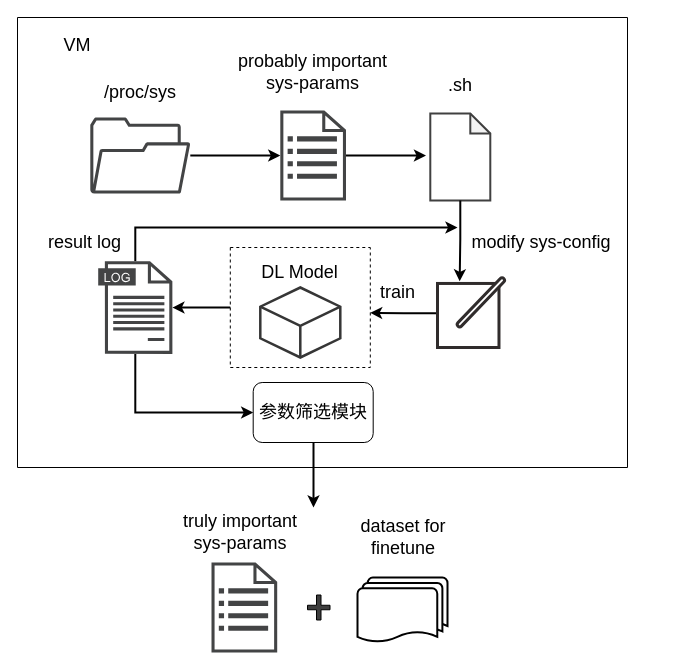
Above: page "第 3 页" (3 of 7) of Agent-1.drawio in Dong-J93/_pictures (draw.io), before the change. Source tidied: cells renumbered, new cells numbered last; positions are measured from the earlier drawing's top-left corner, leaving out a move shared by most shapes. Both pictures are drawn from the tidied source at 100%, with x=0, y=0 at pixel (17, 17).
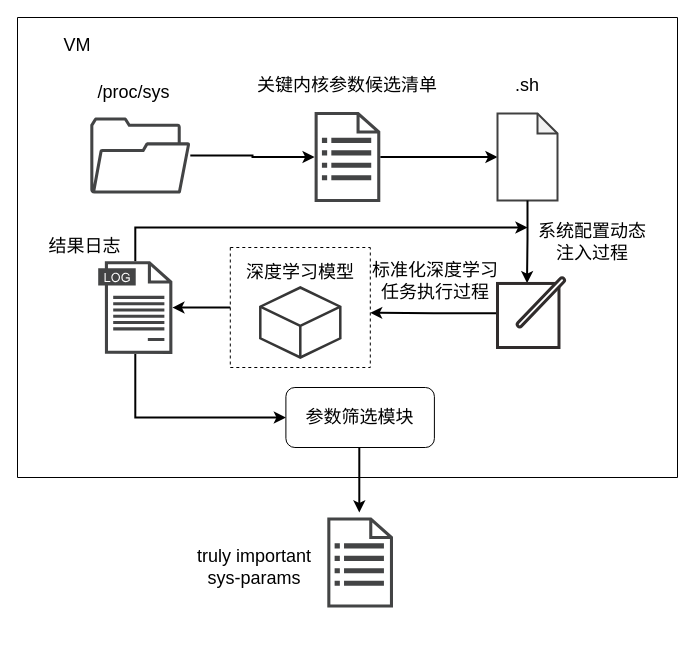
After the change.

Unchanged cells that the change refers to:
```xml
<mxCell id="4" style="swimlane;startSize=0;dashed=1;" parent="2" vertex="1">
  <mxGeometry x="212.8" y="230" width="140" height="120" as="geometry" />
</mxCell>
<mxCell id="10" style="sketch=0;shadow=0;dashed=0;html=1;strokeColor=none;fillColor=#434445;labelPosition=center;verticalLabelPosition=bottom;verticalAlign=top;align=center;outlineConnect=0;shape=mxgraph.vvd.log_files;" parent="2" vertex="1">
  <mxGeometry x="80.7" y="243.7" width="74.2" height="92.7" as="geometry" />
</mxCell>
```

Diff of the diagram source:
```diff
@@
     <mxCell id="2" style="swimlane;startSize=0;" parent="1" vertex="1">
-      <mxGeometry width="610" height="450" as="geometry" />
+      <mxGeometry width="660" height="460" as="geometry" />
     </mxCell>
@@
-    <mxCell id="5" value="&lt;font style=&quot;font-size: 18px;&quot;&gt;DL Model&lt;/font&gt;" style="text;html=1;align=center;verticalAlign=middle;whiteSpace=wrap;rounded=0;" parent="4" vertex="1">
-      <mxGeometry x="22.5" y="10" width="95" height="30" as="geometry" />
+    <mxCell id="5" value="&lt;font style=&quot;font-size: 18px;&quot;&gt;深度学习模型&lt;/font&gt;" style="text;html=1;align=center;verticalAlign=middle;whiteSpace=wrap;rounded=0;" parent="4" vertex="1">
+      <mxGeometry x="11.2" y="10" width="117.5" height="30" as="geometry" />
     </mxCell>
@@
-    <mxCell id="8" value="&lt;span style=&quot;font-size: 18px;&quot;&gt;modify sys-config&lt;/span&gt;" style="text;html=1;align=center;verticalAlign=middle;whiteSpace=wrap;rounded=0;" parent="2" vertex="1">
-      <mxGeometry x="440" y="200" width="167.8" height="50" as="geometry" />
+    <mxCell id="8" value="&lt;font style=&quot;font-size: 18px;&quot;&gt;系统配置动态注入过程&lt;/font&gt;" style="text;html=1;align=center;verticalAlign=middle;whiteSpace=wrap;rounded=0;" parent="2" vertex="1">
+      <mxGeometry x="520" y="200" width="110" height="50" as="geometry" />
     </mxCell>
     <mxCell id="9" style="edgeStyle=orthogonalEdgeStyle;rounded=0;jettySize=auto;html=1;strokeWidth=2;" parent="2" edge="1" source="10">
       <mxGeometry relative="1" as="geometry">
-        <mxPoint x="440" y="210" as="targetPoint" />
+        <mxPoint x="510" y="210" as="targetPoint" />
         <Array as="points">
           <mxPoint x="118" y="210" />
         </Array>
       </mxGeometry>
     </mxCell>
@@
-    <mxCell id="11" value="&lt;font style=&quot;font-size: 18px;&quot;&gt;result log&lt;/font&gt;" style="text;html=1;align=center;verticalAlign=middle;whiteSpace=wrap;rounded=0;" parent="2" vertex="1">
-      <mxGeometry x="20" y="210" width="94.8" height="30" as="geometry" />
+    <mxCell id="11" value="&lt;font style=&quot;font-size: 18px;&quot; face=&quot;Helvetica&quot;&gt;结果&lt;/font&gt;&lt;font style=&quot;font-size: 18px;&quot; face=&quot;Helvetica&quot;&gt;日志&lt;/font&gt;" style="text;html=1;align=center;verticalAlign=middle;whiteSpace=wrap;rounded=0;" parent="2" vertex="1">
+      <mxGeometry x="20" y="213.7" width="94.8" height="30" as="geometry" />
     </mxCell>
-    <mxCell id="12" value="&lt;font style=&quot;font-size: 18px;&quot;&gt;train&lt;/font&gt;" style="text;html=1;align=center;verticalAlign=middle;whiteSpace=wrap;rounded=0;" parent="2" vertex="1">
-      <mxGeometry x="332.8" y="260" width="94.8" height="30" as="geometry" />
-    </mxCell>
@@
     <mxCell id="15" value="&lt;font style=&quot;font-size: 18px;&quot;&gt;/proc/sys&lt;/font&gt;" style="text;html=1;align=center;verticalAlign=middle;whiteSpace=wrap;rounded=0;" parent="2" vertex="1">
-      <mxGeometry x="62.8" y="60" width="120" height="30" as="geometry" />
+      <mxGeometry x="50" y="60" width="132.8" height="30" as="geometry" />
     </mxCell>
-    <mxCell id="16" style="edgeStyle=orthogonalEdgeStyle;rounded=0;jettySize=auto;html=1;strokeWidth=2;" parent="2" edge="1" source="17">
+    <mxCell id="16" style="edgeStyle=orthogonalEdgeStyle;rounded=0;jettySize=auto;html=1;strokeWidth=2;entryX=0;entryY=0.5;entryDx=0;entryDy=0;entryPerimeter=0;" parent="2" edge="1" source="17" target="19">
       <mxGeometry relative="1" as="geometry">
-        <mxPoint x="408.5" y="138" as="targetPoint" />
+        <Array as="points">
+          <mxPoint x="404" y="140" />
+        </Array>
       </mxGeometry>
     </mxCell>
     <mxCell id="17" style="sketch=0;shadow=0;dashed=0;html=1;strokeColor=none;fillColor=#434445;labelPosition=center;verticalLabelPosition=bottom;verticalAlign=top;align=center;outlineConnect=0;shape=mxgraph.vvd.recovery_plan;" parent="2" vertex="1">
-      <mxGeometry x="262.8" y="93" width="65.7" height="90" as="geometry" />
+      <mxGeometry x="297.1" y="94.5" width="65.7" height="90" as="geometry" />
     </mxCell>
-    <mxCell id="18" value="&lt;font style=&quot;font-size: 18px;&quot;&gt;probably important&lt;/font&gt;&lt;div&gt;&lt;font style=&quot;font-size: 18px;&quot;&gt;sys-params&lt;/font&gt;&lt;/div&gt;" style="text;html=1;align=center;verticalAlign=middle;whiteSpace=wrap;rounded=0;" parent="2" vertex="1">
-      <mxGeometry x="212.1" y="30" width="167.2" height="50" as="geometry" />
+    <mxCell id="18" value="&lt;p class=&quot;MsoCommentText&quot;&gt;&lt;font face=&quot;Helvetica&quot; style=&quot;font-size: 18px;&quot;&gt;关键内核参数候选清单&lt;/font&gt;&lt;span lang=&quot;EN-US&quot;&gt;&lt;/span&gt;&lt;/p&gt;" style="text;html=1;align=center;verticalAlign=middle;whiteSpace=wrap;rounded=0;" parent="2" vertex="1">
+      <mxGeometry x="220.9" y="38" width="218.3" height="60" as="geometry" />
     </mxCell>
     <mxCell id="19" style="shape=note;whiteSpace=wrap;html=1;backgroundOutline=1;darkOpacity=0.05;size=20;strokeWidth=2;strokeColor=#404040;" parent="2" vertex="1">
-      <mxGeometry x="412.8" y="96" width="60" height="87" as="geometry" />
+      <mxGeometry x="480" y="96" width="60" height="87" as="geometry" />
     </mxCell>
     <mxCell id="20" value="&lt;span style=&quot;font-size: 18px;&quot;&gt;.sh&lt;/span&gt;" style="text;html=1;align=center;verticalAlign=middle;whiteSpace=wrap;rounded=0;" parent="2" vertex="1">
-      <mxGeometry x="382.8" y="43" width="120" height="50" as="geometry" />
+      <mxGeometry x="450" y="43" width="120" height="50" as="geometry" />
     </mxCell>
-    <mxCell id="21" style="edgeStyle=orthogonalEdgeStyle;rounded=0;jettySize=auto;html=1;strokeWidth=2;entryX=0.33;entryY=0.055;entryDx=0;entryDy=0;entryPerimeter=0;" parent="2" edge="1" source="19" target="23">
+    <mxCell id="21" style="edgeStyle=orthogonalEdgeStyle;rounded=0;jettySize=auto;html=1;strokeWidth=2;entryX=0.439;entryY=0.081;entryDx=0;entryDy=0;entryPerimeter=0;" parent="2" edge="1" source="19" target="23">
       <mxGeometry relative="1" as="geometry" />
     </mxCell>
@@
     <mxCell id="23" style="html=1;verticalLabelPosition=bottom;align=center;labelBackgroundColor=#ffffff;verticalAlign=top;strokeWidth=3;strokeColor=light-dark(#302c2c, #32a0ff);shadow=0;dashed=0;shape=mxgraph.ios7.icons.edit;" parent="2" vertex="1">
-      <mxGeometry x="420" y="260" width="67.2" height="70" as="geometry" />
+      <mxGeometry x="480" y="260" width="67.2" height="70" as="geometry" />
     </mxCell>
+    <mxCell id="25" style="edgeStyle=orthogonalEdgeStyle;rounded=0;jettySize=auto;html=1;entryX=0;entryY=0.5;entryDx=0;entryDy=0;strokeWidth=2;" parent="2" edge="1" source="10" target="24">
+      <mxGeometry relative="1" as="geometry">
+        <Array as="points">
+          <mxPoint x="118" y="400" />
+        </Array>
+      </mxGeometry>
+    </mxCell>
+    <mxCell id="12" value="&lt;font style=&quot;font-size: 18px;&quot;&gt;标准化深度学&lt;/font&gt;&lt;span style=&quot;background-color: transparent; color: light-dark(rgb(0, 0, 0), rgb(255, 255, 255)); font-size: 18px;&quot;&gt;习&lt;/span&gt;&lt;div&gt;&lt;span style=&quot;background-color: transparent; color: light-dark(rgb(0, 0, 0), rgb(255, 255, 255)); font-size: 18px;&quot;&gt;任务执行过程&lt;/span&gt;&lt;/div&gt;" style="text;html=1;align=center;verticalAlign=middle;whiteSpace=wrap;rounded=0;" parent="2" vertex="1">
+      <mxGeometry x="352.8" y="240" width="130" height="47.5" as="geometry" />
+    </mxCell>
     <mxCell id="24" value="&lt;font style=&quot;font-size: 18px;&quot;&gt;参数筛选模块&lt;/font&gt;" style="rounded=1;whiteSpace=wrap;html=1;" parent="2" vertex="1">
-      <mxGeometry x="235.7" y="365" width="120" height="60" as="geometry" />
+      <mxGeometry x="268.4" y="370" width="148.5" height="60" as="geometry" />
     </mxCell>
-    <mxCell id="25" style="edgeStyle=orthogonalEdgeStyle;rounded=0;jettySize=auto;html=1;entryX=0;entryY=0.5;entryDx=0;entryDy=0;strokeWidth=2;" parent="2" edge="1" source="10" target="24">
-      <mxGeometry relative="1" as="geometry">
-        <Array as="points">
-          <mxPoint x="118" y="395" />
-        </Array>
-      </mxGeometry>
-    </mxCell>
-    <mxCell id="26" style="sketch=0;shadow=0;dashed=0;html=1;strokeColor=none;fillColor=#434445;labelPosition=center;verticalLabelPosition=bottom;verticalAlign=top;align=center;shape=mxgraph.vvd.recovery_plan;" parent="1" vertex="1">
-      <mxGeometry x="194" y="545" width="65.7" height="90" as="geometry" />
+    <mxCell id="26" style="sketch=0;shadow=0;dashed=0;html=1;strokeColor=none;fillColor=#434445;labelPosition=center;verticalLabelPosition=bottom;verticalAlign=top;align=center;shape=mxgraph.vvd.recovery_plan;" parent="2" vertex="1">
+      <mxGeometry x="309.8" y="500" width="65.7" height="90" as="geometry" />
     </mxCell>
-    <mxCell id="27" value="&lt;font style=&quot;font-size: 18px;&quot;&gt;truly important&lt;/font&gt;&lt;div&gt;&lt;font style=&quot;font-size: 18px;&quot;&gt;sys-params&lt;/font&gt;&lt;/div&gt;" style="text;html=1;align=center;verticalAlign=middle;whiteSpace=wrap;rounded=0;" parent="1" vertex="1">
-      <mxGeometry x="150" y="490" width="145.7" height="50" as="geometry" />
+    <mxCell id="27" value="&lt;font style=&quot;font-size: 18px;&quot;&gt;truly important&lt;/font&gt;&lt;div&gt;&lt;font style=&quot;font-size: 18px;&quot;&gt;sys-params&lt;/font&gt;&lt;/div&gt;" style="text;html=1;align=center;verticalAlign=middle;whiteSpace=wrap;rounded=0;" parent="2" vertex="1">
+      <mxGeometry x="164.1" y="525" width="145.7" height="50" as="geometry" />
     </mxCell>
-    <mxCell id="28" style="strokeWidth=2;html=1;shape=mxgraph.flowchart.multi-document;whiteSpace=wrap;" parent="1" vertex="1">
-      <mxGeometry x="340" y="560" width="90" height="65" as="geometry" />
-    </mxCell>
-    <mxCell id="29" style="shape=cross;whiteSpace=wrap;html=1;fillColor=#3E3E3E;" parent="1" vertex="1">
-      <mxGeometry x="290" y="577.5" width="22.5" height="25" as="geometry" />
-    </mxCell>
-    <mxCell id="30" value="&lt;span style=&quot;font-size: 18px;&quot;&gt;dataset for finetune&lt;/span&gt;" style="text;html=1;align=center;verticalAlign=middle;whiteSpace=wrap;rounded=0;" parent="1" vertex="1">
-      <mxGeometry x="312.5" y="495" width="145.7" height="50" as="geometry" />
-    </mxCell>
-    <mxCell id="31" style="edgeStyle=orthogonalEdgeStyle;rounded=0;jettySize=auto;html=1;strokeWidth=2;" parent="1" edge="1" source="24">
+    <mxCell id="31" style="edgeStyle=orthogonalEdgeStyle;rounded=0;jettySize=auto;html=1;strokeWidth=2;" parent="2" edge="1" source="24">
       <mxGeometry relative="1" as="geometry">
-        <mxPoint x="296" y="490" as="targetPoint" />
+        <mxPoint x="341.8" y="495" as="targetPoint" />
         <Array as="points">
-          <mxPoint x="296" y="490" />
+          <mxPoint x="341.8" y="495" />
         </Array>
       </mxGeometry>
     </mxCell>
```
